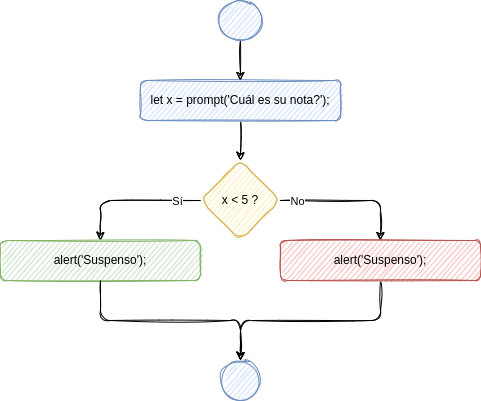
mperez-fomento/ticbook4 keeps this draw.io diagram as static/img/if-sentence-example-1.drawio.png. Above is the earlier version. Source tidied: cells renumbered, new cells last; positions are measured from the earlier drawing's top-left corner, leaving out a move shared by most shapes. Its diagram source:
```xml
<mxGraphModel>
  <root>
    <mxCell id="0" />
    <mxCell id="1" parent="0" />
    <mxCell id="2" style="edgeStyle=orthogonalEdgeStyle;rounded=0;sketch=1;jettySize=auto;html=1;entryX=0.5;entryY=0;entryDx=0;entryDy=0;" parent="1" edge="1" source="3" target="8">
      <mxGeometry relative="1" as="geometry" />
    </mxCell>
    <mxCell id="3" value="let x = prompt('Cuál es su nota?');" style="whiteSpace=wrap;html=1;fillColor=#dae8fc;strokeColor=#6c8ebf;rounded=1;sketch=1;" parent="1" vertex="1">
      <mxGeometry x="140" y="80" width="200" height="40" as="geometry" />
    </mxCell>
    <mxCell id="4" style="edgeStyle=orthogonalEdgeStyle;jettySize=auto;html=1;entryX=0.5;entryY=0;entryDx=0;entryDy=0;exitX=0;exitY=0.5;exitDx=0;exitDy=0;sketch=1;" parent="1" edge="1" source="8" target="9">
      <mxGeometry relative="1" as="geometry" />
    </mxCell>
    <mxCell id="5" value="Sí" style="edgeLabel;html=1;align=center;verticalAlign=middle;rounded=1;sketch=1;" parent="4" vertex="1">
      <mxGeometry x="-0.69" y="3" relative="1" as="geometry">
        <mxPoint x="-2" y="-3" as="offset" />
      </mxGeometry>
    </mxCell>
    <mxCell id="6" style="edgeStyle=orthogonalEdgeStyle;jettySize=auto;html=1;entryX=0.5;entryY=0;entryDx=0;entryDy=0;exitX=1;exitY=0.5;exitDx=0;exitDy=0;sketch=1;" parent="1" edge="1" source="8" target="11">
      <mxGeometry relative="1" as="geometry" />
    </mxCell>
    <mxCell id="7" value="No" style="edgeLabel;html=1;align=center;verticalAlign=middle;points=[];rounded=1;sketch=1;" parent="6" vertex="1">
      <mxGeometry x="-0.65" y="-2" relative="1" as="geometry">
        <mxPoint x="-8" y="-2" as="offset" />
      </mxGeometry>
    </mxCell>
    <mxCell id="8" value="x &amp;lt; 5 ?" style="rhombus;whiteSpace=wrap;html=1;fillColor=#fff2cc;strokeColor=#d6b656;rounded=1;sketch=1;" parent="1" vertex="1">
      <mxGeometry x="200" y="160" width="80" height="80" as="geometry" />
    </mxCell>
    <mxCell id="9" value="alert('Suspenso');" style="whiteSpace=wrap;html=1;fillColor=#d5e8d4;strokeColor=#82b366;rounded=1;sketch=1;" parent="1" vertex="1">
      <mxGeometry y="240" width="200" height="40" as="geometry" />
    </mxCell>
    <mxCell id="10" style="edgeStyle=orthogonalEdgeStyle;jettySize=auto;html=1;entryX=0.5;entryY=0;entryDx=0;entryDy=0;exitX=0.5;exitY=1;exitDx=0;exitDy=0;sketch=1;" parent="1" edge="1" source="11" target="13">
      <mxGeometry relative="1" as="geometry">
        <Array as="points">
          <mxPoint x="380" y="320" />
          <mxPoint x="240" y="320" />
        </Array>
      </mxGeometry>
    </mxCell>
    <mxCell id="11" value="alert('Suspenso');" style="whiteSpace=wrap;html=1;fillColor=#f8cecc;strokeColor=#b85450;rounded=1;sketch=1;" parent="1" vertex="1">
      <mxGeometry x="280" y="240" width="200" height="40" as="geometry" />
    </mxCell>
    <mxCell id="12" style="edgeStyle=orthogonalEdgeStyle;jettySize=auto;html=1;entryX=0.5;entryY=0;entryDx=0;entryDy=0;exitX=0.5;exitY=1;exitDx=0;exitDy=0;sketch=1;" parent="1" edge="1" source="9" target="13">
      <mxGeometry relative="1" as="geometry">
        <Array as="points">
          <mxPoint x="100" y="320" />
          <mxPoint x="240" y="320" />
        </Array>
      </mxGeometry>
    </mxCell>
    <mxCell id="13" style="ellipse;whiteSpace=wrap;html=1;fillColor=#dae8fc;strokeColor=#6c8ebf;rounded=1;sketch=1;" parent="1" vertex="1">
      <mxGeometry x="220" y="360" width="40" height="40" as="geometry" />
    </mxCell>
    <mxCell id="14" style="edgeStyle=orthogonalEdgeStyle;jettySize=auto;html=1;sketch=1;" parent="1" edge="1" source="15" target="3">
      <mxGeometry relative="1" as="geometry" />
    </mxCell>
    <mxCell id="15" style="ellipse;whiteSpace=wrap;html=1;fillColor=#dae8fc;strokeColor=#6c8ebf;rounded=1;sketch=1;" parent="1" vertex="1">
      <mxGeometry x="217.5" width="45" height="40" as="geometry" />
    </mxCell>
  </root>
</mxGraphModel>
```
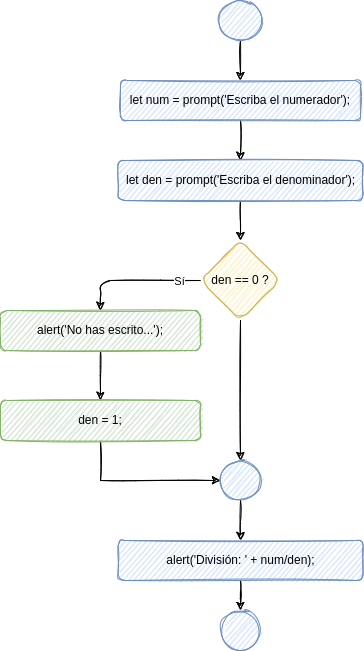
Above is the later version.

Diff of the diagram source:
```diff
@@ -2,13 +2,13 @@
   <root>
     <mxCell id="0" />
     <mxCell id="1" parent="0" />
-    <mxCell id="2" style="edgeStyle=orthogonalEdgeStyle;rounded=0;sketch=1;jettySize=auto;html=1;entryX=0.5;entryY=0;entryDx=0;entryDy=0;" parent="1" edge="1" source="3" target="8">
+    <mxCell id="2" style="edgeStyle=orthogonalEdgeStyle;rounded=0;sketch=1;jettySize=auto;html=1;entryX=0.5;entryY=0;entryDx=0;entryDy=0;" parent="1" edge="1" source="3" target="14">
       <mxGeometry relative="1" as="geometry" />
     </mxCell>
-    <mxCell id="3" value="let x = prompt('Cuál es su nota?');" style="whiteSpace=wrap;html=1;fillColor=#dae8fc;strokeColor=#6c8ebf;rounded=1;sketch=1;" parent="1" vertex="1">
-      <mxGeometry x="140" y="80" width="200" height="40" as="geometry" />
+    <mxCell id="3" value="let num = prompt('Escriba el numerador');" style="whiteSpace=wrap;html=1;fillColor=#dae8fc;strokeColor=#6c8ebf;rounded=1;sketch=1;" parent="1" vertex="1">
+      <mxGeometry x="120" y="80" width="240" height="40" as="geometry" />
     </mxCell>
-    <mxCell id="4" style="edgeStyle=orthogonalEdgeStyle;jettySize=auto;html=1;entryX=0.5;entryY=0;entryDx=0;entryDy=0;exitX=0;exitY=0.5;exitDx=0;exitDy=0;sketch=1;" parent="1" edge="1" source="8" target="9">
+    <mxCell id="4" style="edgeStyle=orthogonalEdgeStyle;jettySize=auto;html=1;entryX=0.5;entryY=0;entryDx=0;entryDy=0;exitX=0;exitY=0.5;exitDx=0;exitDy=0;sketch=1;" parent="1" edge="1" source="7" target="9">
       <mxGeometry relative="1" as="geometry" />
     </mxCell>
     <mxCell id="5" value="Sí" style="edgeLabel;html=1;align=center;verticalAlign=middle;rounded=1;sketch=1;" parent="4" vertex="1">
@@ -16,47 +16,50 @@
         <mxPoint x="-2" y="-3" as="offset" />
       </mxGeometry>
     </mxCell>
-    <mxCell id="6" style="edgeStyle=orthogonalEdgeStyle;jettySize=auto;html=1;entryX=0.5;entryY=0;entryDx=0;entryDy=0;exitX=1;exitY=0.5;exitDx=0;exitDy=0;sketch=1;" parent="1" edge="1" source="8" target="11">
+    <mxCell id="6" style="edgeStyle=orthogonalEdgeStyle;rounded=0;sketch=1;jettySize=auto;html=1;exitX=0.5;exitY=1;exitDx=0;exitDy=0;entryX=0.5;entryY=0;entryDx=0;entryDy=0;" parent="1" edge="1" source="7" target="20">
       <mxGeometry relative="1" as="geometry" />
     </mxCell>
-    <mxCell id="7" value="No" style="edgeLabel;html=1;align=center;verticalAlign=middle;points=[];rounded=1;sketch=1;" parent="6" vertex="1">
-      <mxGeometry x="-0.65" y="-2" relative="1" as="geometry">
-        <mxPoint x="-8" y="-2" as="offset" />
-      </mxGeometry>
+    <mxCell id="7" value="den == 0 ?" style="rhombus;whiteSpace=wrap;html=1;fillColor=#fff2cc;strokeColor=#d6b656;rounded=1;sketch=1;" parent="1" vertex="1">
+      <mxGeometry x="200" y="240" width="80" height="80" as="geometry" />
     </mxCell>
-    <mxCell id="8" value="x &amp;lt; 5 ?" style="rhombus;whiteSpace=wrap;html=1;fillColor=#fff2cc;strokeColor=#d6b656;rounded=1;sketch=1;" parent="1" vertex="1">
-      <mxGeometry x="200" y="160" width="80" height="80" as="geometry" />
+    <mxCell id="8" style="edgeStyle=orthogonalEdgeStyle;rounded=0;sketch=1;jettySize=auto;html=1;entryX=0.5;entryY=0;entryDx=0;entryDy=0;" parent="1" edge="1" source="9" target="16">
+      <mxGeometry relative="1" as="geometry" />
     </mxCell>
-    <mxCell id="9" value="alert('Suspenso');" style="whiteSpace=wrap;html=1;fillColor=#d5e8d4;strokeColor=#82b366;rounded=1;sketch=1;" parent="1" vertex="1">
-      <mxGeometry y="240" width="200" height="40" as="geometry" />
+    <mxCell id="9" value="alert('No has escrito...');" style="whiteSpace=wrap;html=1;fillColor=#d5e8d4;strokeColor=#82b366;rounded=1;sketch=1;" parent="1" vertex="1">
+      <mxGeometry y="310" width="200" height="40" as="geometry" />
     </mxCell>
-    <mxCell id="10" style="edgeStyle=orthogonalEdgeStyle;jettySize=auto;html=1;entryX=0.5;entryY=0;entryDx=0;entryDy=0;exitX=0.5;exitY=1;exitDx=0;exitDy=0;sketch=1;" parent="1" edge="1" source="11" target="13">
-      <mxGeometry relative="1" as="geometry">
-        <Array as="points">
-          <mxPoint x="380" y="320" />
-          <mxPoint x="240" y="320" />
-        </Array>
-      </mxGeometry>
+    <mxCell id="10" style="ellipse;whiteSpace=wrap;html=1;fillColor=#dae8fc;strokeColor=#6c8ebf;rounded=1;sketch=1;" parent="1" vertex="1">
+      <mxGeometry x="220" y="610" width="40" height="40" as="geometry" />
     </mxCell>
-    <mxCell id="11" value="alert('Suspenso');" style="whiteSpace=wrap;html=1;fillColor=#f8cecc;strokeColor=#b85450;rounded=1;sketch=1;" parent="1" vertex="1">
-      <mxGeometry x="280" y="240" width="200" height="40" as="geometry" />
+    <mxCell id="11" style="edgeStyle=orthogonalEdgeStyle;jettySize=auto;html=1;sketch=1;" parent="1" edge="1" source="12" target="3">
+      <mxGeometry relative="1" as="geometry" />
     </mxCell>
-    <mxCell id="12" style="edgeStyle=orthogonalEdgeStyle;jettySize=auto;html=1;entryX=0.5;entryY=0;entryDx=0;entryDy=0;exitX=0.5;exitY=1;exitDx=0;exitDy=0;sketch=1;" parent="1" edge="1" source="9" target="13">
-      <mxGeometry relative="1" as="geometry">
-        <Array as="points">
-          <mxPoint x="100" y="320" />
-          <mxPoint x="240" y="320" />
-        </Array>
-      </mxGeometry>
+    <mxCell id="12" style="ellipse;whiteSpace=wrap;html=1;fillColor=#dae8fc;strokeColor=#6c8ebf;rounded=1;sketch=1;" parent="1" vertex="1">
+      <mxGeometry x="217.5" width="45" height="40" as="geometry" />
     </mxCell>
-    <mxCell id="13" style="ellipse;whiteSpace=wrap;html=1;fillColor=#dae8fc;strokeColor=#6c8ebf;rounded=1;sketch=1;" parent="1" vertex="1">
-      <mxGeometry x="220" y="360" width="40" height="40" as="geometry" />
+    <mxCell id="13" style="edgeStyle=orthogonalEdgeStyle;rounded=0;sketch=1;jettySize=auto;html=1;entryX=0.5;entryY=0;entryDx=0;entryDy=0;" parent="1" edge="1" source="14" target="7">
+      <mxGeometry relative="1" as="geometry" />
     </mxCell>
-    <mxCell id="14" style="edgeStyle=orthogonalEdgeStyle;jettySize=auto;html=1;sketch=1;" parent="1" edge="1" source="15" target="3">
-      <mxGeometry relative="1" as="geometry" />
+    <mxCell id="14" value="let den = prompt('Escriba el denominador');" style="whiteSpace=wrap;html=1;fillColor=#dae8fc;strokeColor=#6c8ebf;rounded=1;sketch=1;" parent="1" vertex="1">
+      <mxGeometry x="117.5" y="160" width="245" height="40" as="geometry" />
     </mxCell>
-    <mxCell id="15" style="ellipse;whiteSpace=wrap;html=1;fillColor=#dae8fc;strokeColor=#6c8ebf;rounded=1;sketch=1;" parent="1" vertex="1">
-      <mxGeometry x="217.5" width="45" height="40" as="geometry" />
+    <mxCell id="15" style="edgeStyle=orthogonalEdgeStyle;rounded=0;sketch=1;jettySize=auto;html=1;entryX=0;entryY=0.5;entryDx=0;entryDy=0;exitX=0.5;exitY=1;exitDx=0;exitDy=0;" parent="1" edge="1" source="16" target="20">
+      <mxGeometry relative="1" as="geometry" />
     </mxCell>
+    <mxCell id="16" value="den = 1;" style="whiteSpace=wrap;html=1;fillColor=#d5e8d4;strokeColor=#82b366;rounded=1;sketch=1;" parent="1" vertex="1">
+      <mxGeometry y="400" width="200" height="40" as="geometry" />
+    </mxCell>
+    <mxCell id="17" style="edgeStyle=orthogonalEdgeStyle;rounded=0;sketch=1;jettySize=auto;html=1;" parent="1" edge="1" source="18" target="10">
+      <mxGeometry relative="1" as="geometry" />
+    </mxCell>
+    <mxCell id="18" value="alert('División: ' + num/den);" style="whiteSpace=wrap;html=1;fillColor=#dae8fc;strokeColor=#6c8ebf;rounded=1;sketch=1;" parent="1" vertex="1">
+      <mxGeometry x="117.5" y="540" width="245" height="40" as="geometry" />
+    </mxCell>
+    <mxCell id="19" style="edgeStyle=orthogonalEdgeStyle;rounded=0;sketch=1;jettySize=auto;html=1;entryX=0.5;entryY=0;entryDx=0;entryDy=0;" parent="1" edge="1" source="20" target="18">
+      <mxGeometry relative="1" as="geometry" />
+    </mxCell>
+    <mxCell id="20" style="ellipse;whiteSpace=wrap;html=1;fillColor=#dae8fc;strokeColor=#6c8ebf;rounded=1;sketch=1;" parent="1" vertex="1">
+      <mxGeometry x="220" y="460" width="40" height="40" as="geometry" />
+    </mxCell>
   </root>
 </mxGraphModel>
```
